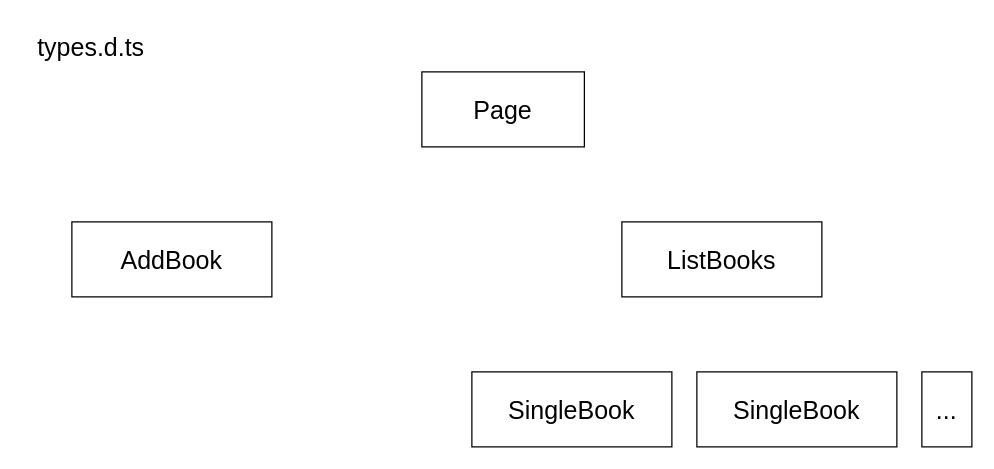
Earlier version of the draw.io diagram flow.drawio (gliese-sketch/BookNest). Source tidied: cells renumbered, new cells numbered last; positions are measured from the earlier drawing's top-left corner, leaving out a move shared by most shapes. Both pictures are drawn from the tidied source at 125%, with x=0, y=0 at pixel (21, 21).
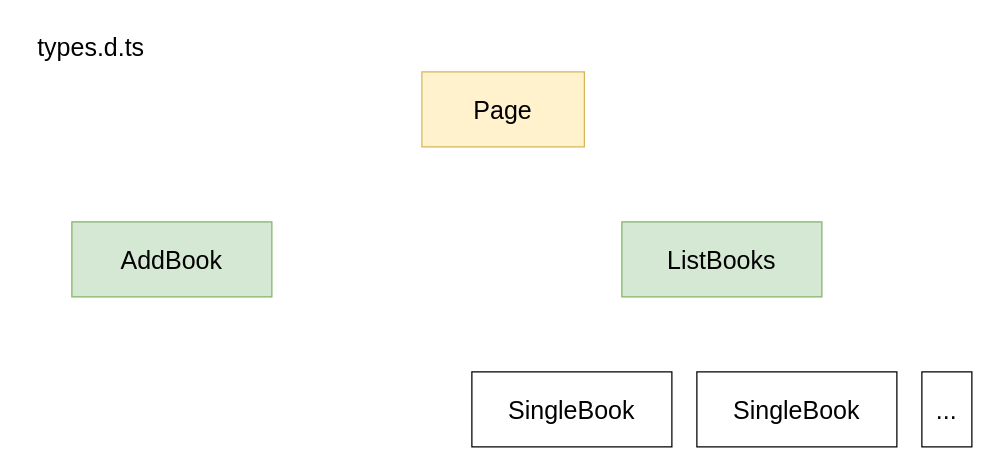
The same page after the edit.

Change to the diagram source:
```diff
@@
 <mxGraphModel>
   <root>
     <mxCell id="0" />
     <mxCell id="1" parent="0" />
-    <mxCell id="2" value="&lt;font style=&quot;font-size: 20px;&quot;&gt;Page&lt;/font&gt;" style="rounded=0;whiteSpace=wrap;html=1;" parent="1" vertex="1">
+    <mxCell id="2" value="&lt;font style=&quot;font-size: 20px;&quot;&gt;Page&lt;/font&gt;" style="rounded=0;whiteSpace=wrap;html=1;fillColor=#fff2cc;strokeColor=#d6b656;" parent="1" vertex="1">
       <mxGeometry x="320" y="40" width="130" height="60" as="geometry" />
     </mxCell>
-    <mxCell id="3" value="&lt;font style=&quot;font-size: 20px;&quot;&gt;AddBook&lt;/font&gt;" style="rounded=0;whiteSpace=wrap;html=1;" parent="1" vertex="1">
+    <mxCell id="3" value="&lt;font style=&quot;font-size: 20px;&quot;&gt;AddBook&lt;/font&gt;" style="rounded=0;whiteSpace=wrap;html=1;fillColor=#d5e8d4;strokeColor=#82b366;" parent="1" vertex="1">
       <mxGeometry x="40" y="160" width="160" height="60" as="geometry" />
     </mxCell>
-    <mxCell id="4" value="&lt;font style=&quot;font-size: 20px;&quot;&gt;ListBooks&lt;/font&gt;" style="rounded=0;whiteSpace=wrap;html=1;" parent="1" vertex="1">
+    <mxCell id="4" value="&lt;font style=&quot;font-size: 20px;&quot;&gt;ListBooks&lt;/font&gt;" style="rounded=0;whiteSpace=wrap;html=1;fillColor=#d5e8d4;strokeColor=#82b366;" parent="1" vertex="1">
       <mxGeometry x="480" y="160" width="160" height="60" as="geometry" />
     </mxCell>
     <mxCell id="5" value="&lt;font style=&quot;font-size: 20px;&quot;&gt;SingleBook&lt;/font&gt;" style="rounded=0;whiteSpace=wrap;html=1;" parent="1" vertex="1">
       <mxGeometry x="360" y="280" width="160" height="60" as="geometry" />
     </mxCell>
     <mxCell id="6" value="&lt;font style=&quot;font-size: 20px;&quot;&gt;SingleBook&lt;/font&gt;" style="rounded=0;whiteSpace=wrap;html=1;" parent="1" vertex="1">
       <mxGeometry x="540" y="280" width="160" height="60" as="geometry" />
     </mxCell>
     <mxCell id="7" value="&lt;font style=&quot;font-size: 20px;&quot;&gt;...&lt;/font&gt;" style="rounded=0;whiteSpace=wrap;html=1;" parent="1" vertex="1">
       <mxGeometry x="720" y="280" width="40" height="60" as="geometry" />
     </mxCell>
     <mxCell id="8" value="types.d.ts" style="text;html=1;align=center;verticalAlign=middle;strokeColor=none;fillColor=none;fontSize=20;" parent="1" vertex="1">
       <mxGeometry width="110" height="40" as="geometry" />
     </mxCell>
   </root>
 </mxGraphModel>
```
